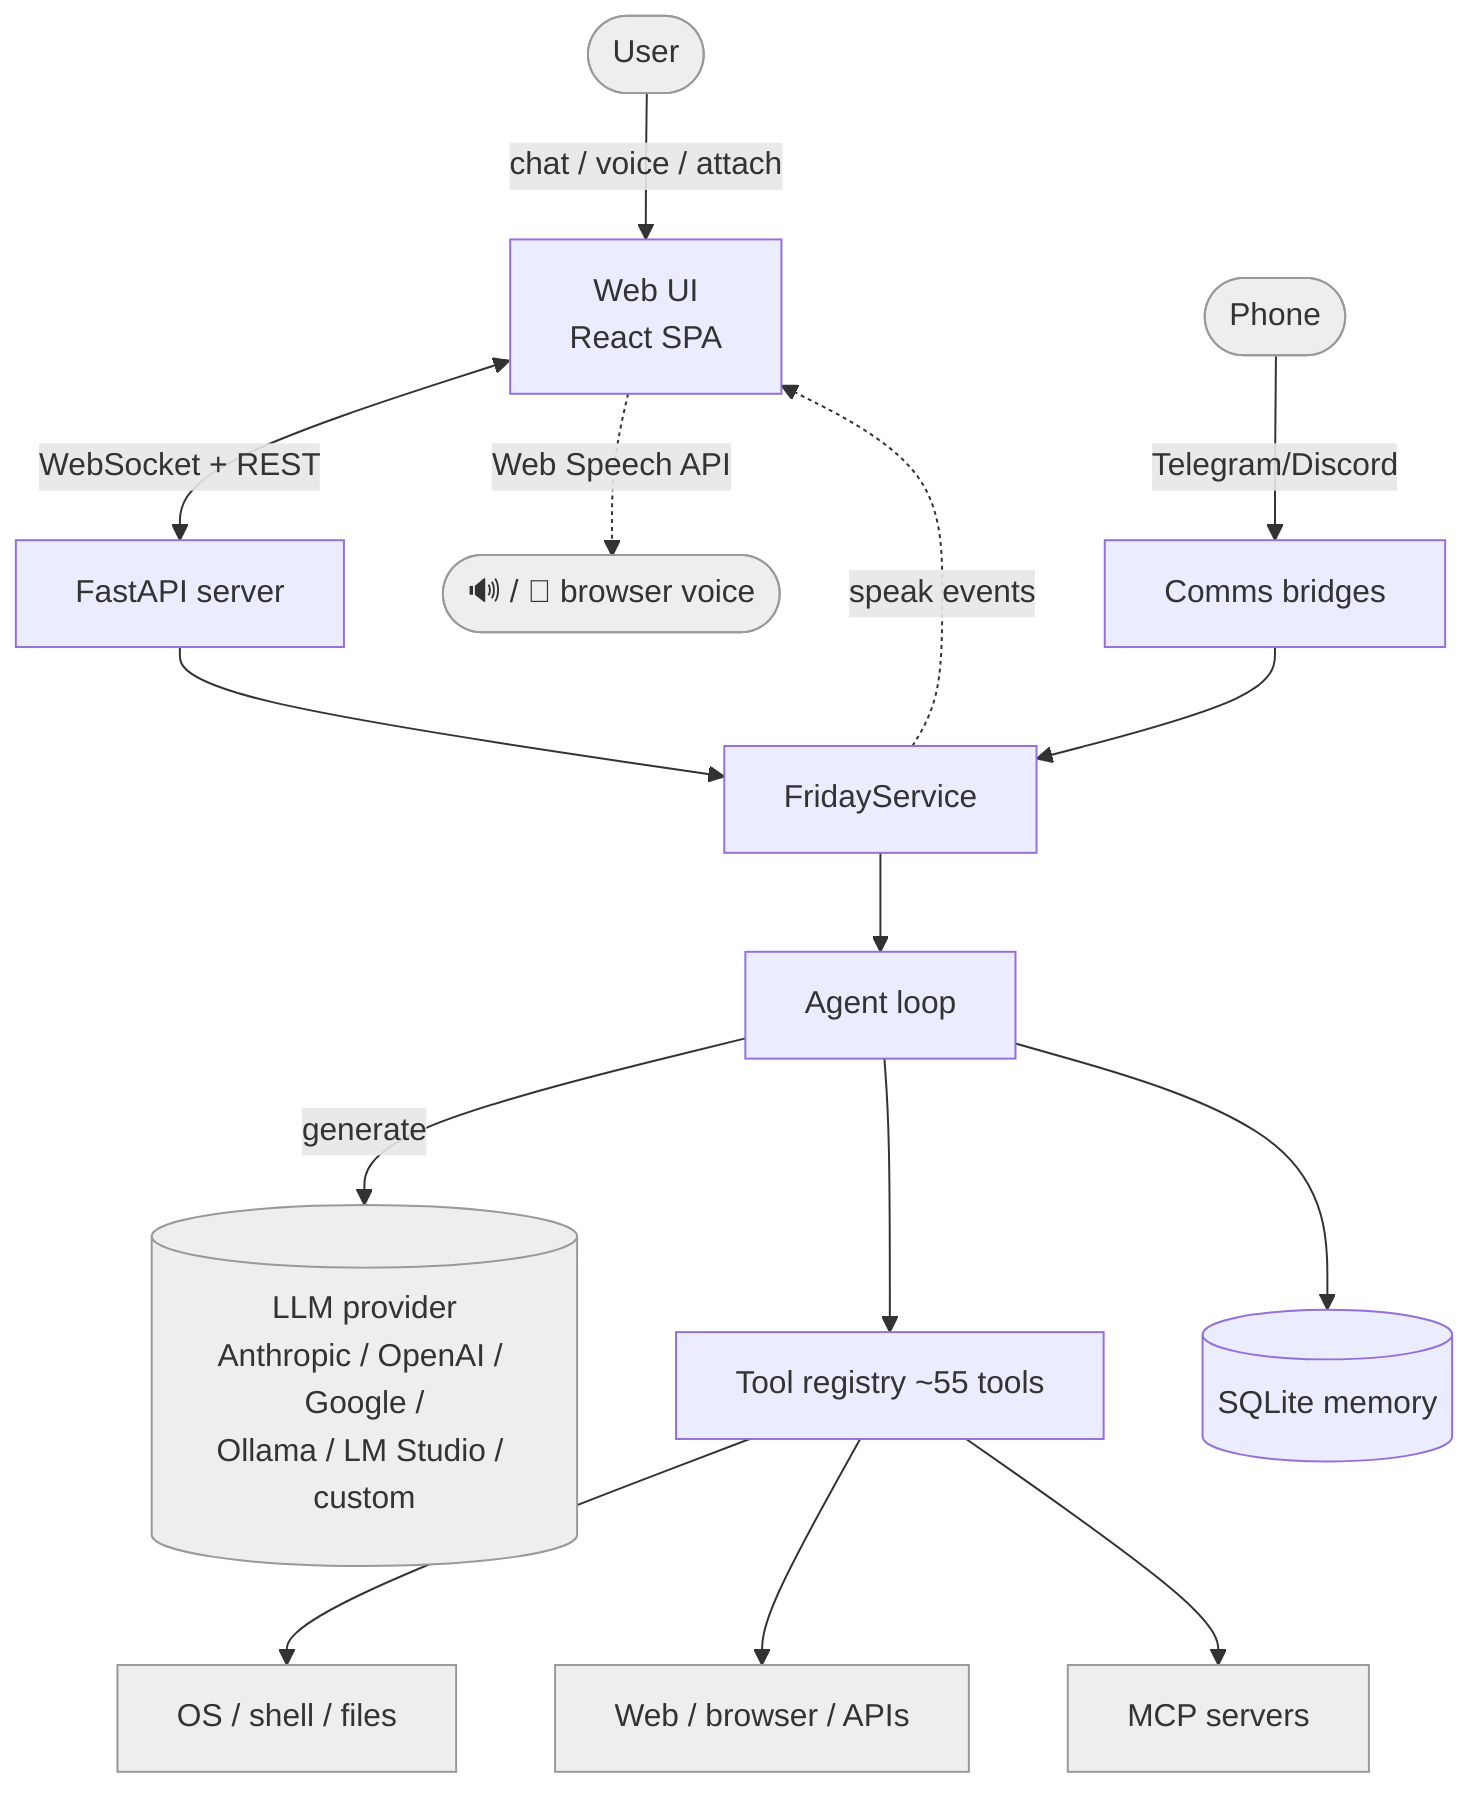
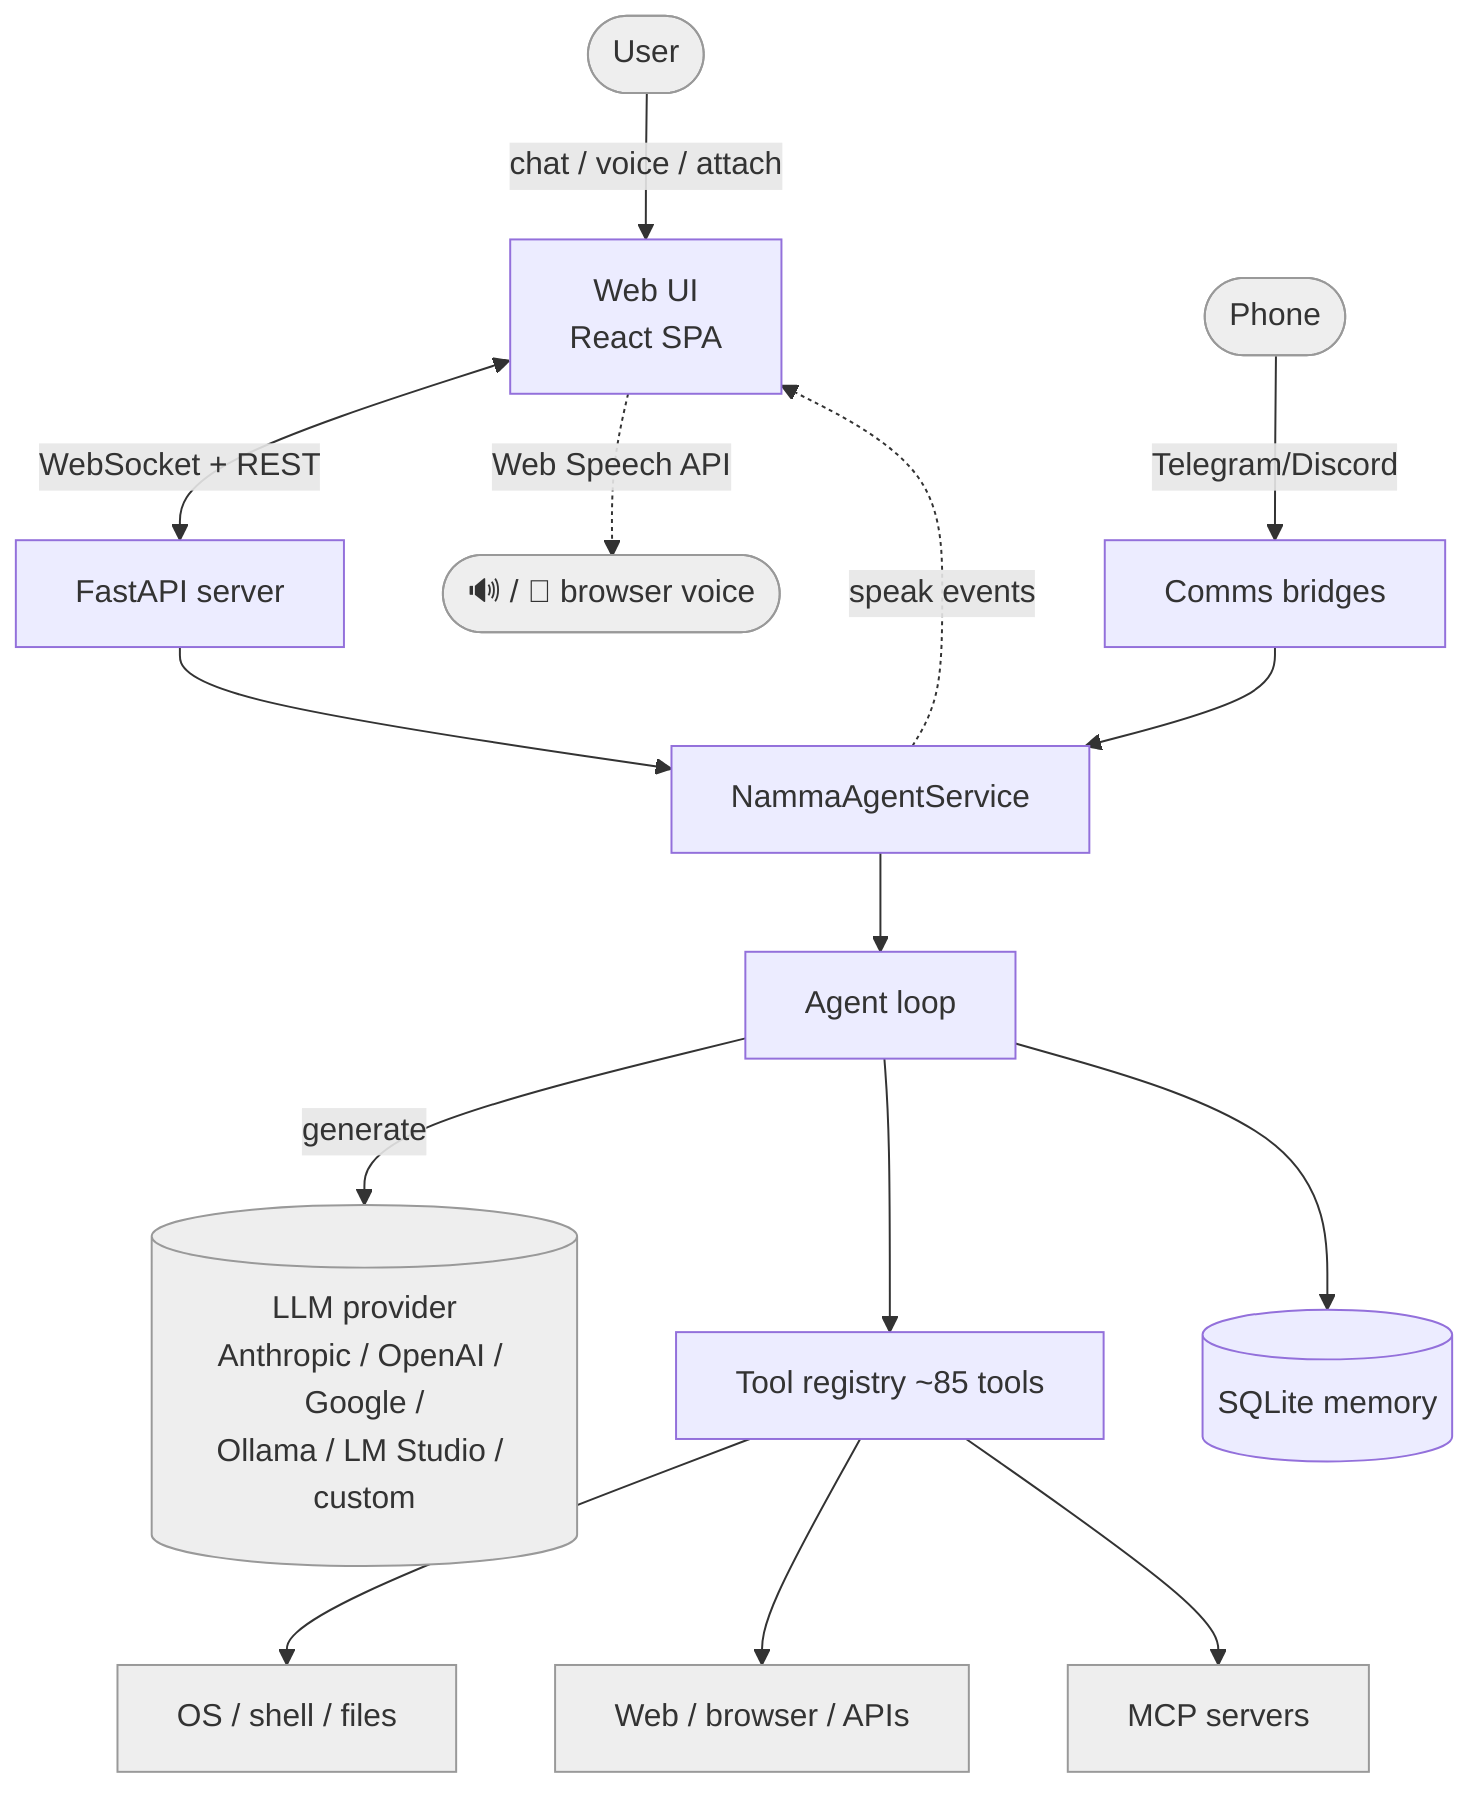
flowchart TB
    user([User]) -->|chat / voice / attach| UI[Web UI<br/>React SPA]
    phone([Phone]) -->|Telegram/Discord| Bridges
    UI <-->|WebSocket + REST| Server[FastAPI server]
-     Server --> Service[FridayService]
+     Server --> Service[NammaAgentService]
    Bridges[Comms bridges] --> Service
    Service --> Agent[Agent loop]
    Agent -->|generate| LLM[(LLM provider<br/>Anthropic / OpenAI / Google /<br/>Ollama / LM Studio / custom)]
-     Agent --> Tools[Tool registry ~55 tools]
+     Agent --> Tools[Tool registry ~85 tools]
    Agent --> Mem[(SQLite memory)]
    Tools --> OS[OS / shell / files]
    Tools --> Web[Web / browser / APIs]
    Tools --> MCP[MCP servers]
    Service -.speak events.-> UI
    UI -.Web Speech API.-> Speaker([🔊 / 🎤 browser voice])

    classDef ext fill:#eee,stroke:#999;
    class LLM,OS,Web,MCP,Speaker,phone,user ext;
